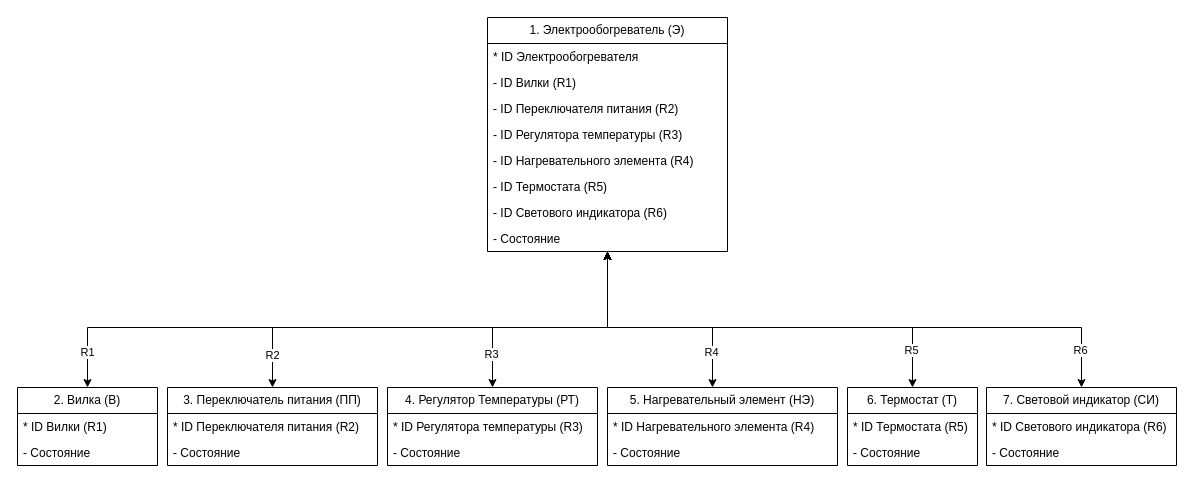
Before: page "Информационная модель" (1 of 5) of lab_05/heater.drawio in n0kkster/iu7-oop-4sem-labs, a draw.io diagram. Source tidied: cells renumbered, new cells numbered last; positions are measured from the earlier drawing's top-left corner, leaving out a move shared by most shapes. Both pictures are drawn from the tidied source at 100%, with x=0, y=0 at pixel (17, 17).
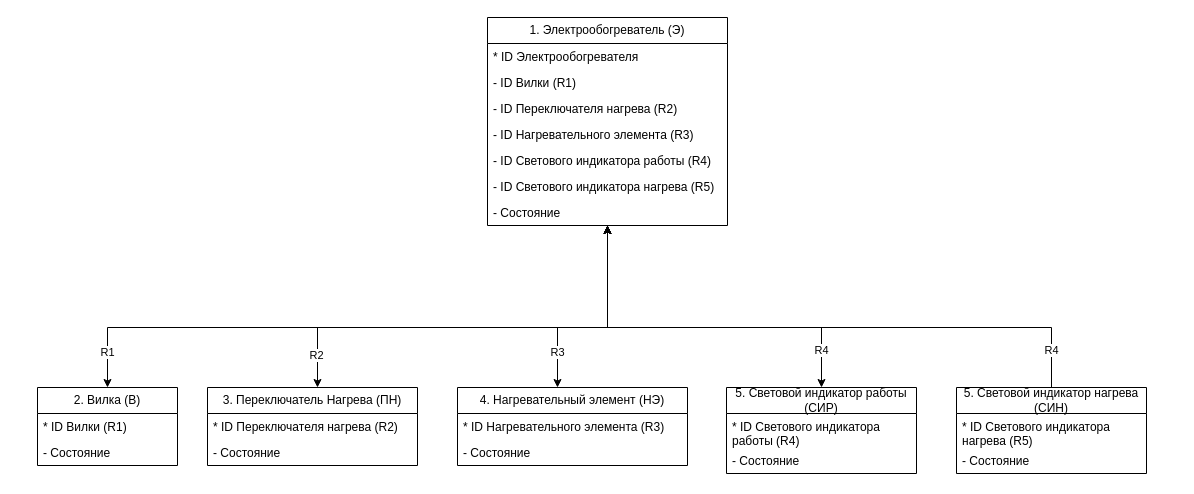
The same page after the edit.

The edit, as a diff of the source:
```diff
@@
     <mxCell id="2" value="1. Электрообогреватель (Э)" style="swimlane;fontStyle=0;horizontal=1;startSize=26;fillColor=none;whiteSpace=wrap;html=1;" parent="1" vertex="1">
-      <mxGeometry x="470" width="240" height="234" as="geometry" />
+      <mxGeometry x="470" width="240" height="208" as="geometry" />
     </mxCell>
@@
-    <mxCell id="5" value="- ID Переключателя питания (R2)" style="text;strokeColor=none;fillColor=none;align=left;verticalAlign=top;spacingLeft=4;spacingRight=4;overflow=hidden;whiteSpace=wrap;html=1;" parent="2" vertex="1">
+    <mxCell id="5" value="- ID Переключателя нагрева (R2)" style="text;strokeColor=none;fillColor=none;align=left;verticalAlign=top;spacingLeft=4;spacingRight=4;overflow=hidden;whiteSpace=wrap;html=1;" parent="2" vertex="1">
       <mxGeometry y="78" width="240" height="26" as="geometry" />
     </mxCell>
-    <mxCell id="6" value="- ID Регулятора температуры (R3)" style="text;strokeColor=none;fillColor=none;align=left;verticalAlign=top;spacingLeft=4;spacingRight=4;overflow=hidden;whiteSpace=wrap;html=1;" parent="2" vertex="1">
-      <mxGeometry y="104" width="240" height="26" as="geometry" />
-    </mxCell>
-    <mxCell id="7" value="- ID Нагревательного элемента (R4)" style="text;strokeColor=none;fillColor=none;align=left;verticalAlign=top;spacingLeft=4;spacingRight=4;overflow=hidden;whiteSpace=wrap;html=1;" parent="2" vertex="1">
-      <mxGeometry y="130" width="240" height="26" as="geometry" />
+    <mxCell id="7" value="- ID Нагревательного элемента (R3)" style="text;strokeColor=none;fillColor=none;align=left;verticalAlign=top;spacingLeft=4;spacingRight=4;overflow=hidden;whiteSpace=wrap;html=1;" parent="2" vertex="1">
+      <mxGeometry y="104" width="240" height="26" as="geometry" />
     </mxCell>
-    <mxCell id="8" value="- ID Термостата (R5&lt;span style=&quot;background-color: transparent; color: light-dark(rgb(0, 0, 0), rgb(255, 255, 255));&quot;&gt;)&lt;/span&gt;" style="text;strokeColor=none;fillColor=none;align=left;verticalAlign=top;spacingLeft=4;spacingRight=4;overflow=hidden;whiteSpace=wrap;html=1;" parent="2" vertex="1">
-      <mxGeometry y="156" width="240" height="26" as="geometry" />
-    </mxCell>
-    <mxCell id="9" value="- ID Светового индикатора (R6)" style="text;strokeColor=none;fillColor=none;align=left;verticalAlign=top;spacingLeft=4;spacingRight=4;overflow=hidden;whiteSpace=wrap;html=1;" parent="2" vertex="1">
-      <mxGeometry y="182" width="240" height="26" as="geometry" />
+    <mxCell id="9" value="- ID Светового индикатора работы (R4)" style="text;strokeColor=none;fillColor=none;align=left;verticalAlign=top;spacingLeft=4;spacingRight=4;overflow=hidden;whiteSpace=wrap;html=1;" parent="2" vertex="1">
+      <mxGeometry y="130" width="240" height="26" as="geometry" />
     </mxCell>
+    <mxCell id="41" value="- ID Светового индикатора нагрева (R5)" style="text;strokeColor=none;fillColor=none;align=left;verticalAlign=top;spacingLeft=4;spacingRight=4;overflow=hidden;whiteSpace=wrap;html=1;" parent="2" vertex="1">
+      <mxGeometry y="156" width="240" height="26" as="geometry" />
+    </mxCell>
     <mxCell id="10" value="- Состояние" style="text;strokeColor=none;fillColor=none;align=left;verticalAlign=top;spacingLeft=4;spacingRight=4;overflow=hidden;whiteSpace=wrap;html=1;" parent="2" vertex="1">
-      <mxGeometry y="208" width="240" height="26" as="geometry" />
+      <mxGeometry y="182" width="240" height="26" as="geometry" />
     </mxCell>
     <mxCell id="11" style="edgeStyle=orthogonalEdgeStyle;rounded=0;jettySize=auto;html=1;startArrow=classic;startFill=1;" parent="1" edge="1" source="12" target="2">
       <mxGeometry relative="1" as="geometry">
         <Array as="points">
-          <mxPoint x="70" y="310" />
+          <mxPoint x="90" y="310" />
           <mxPoint x="590" y="310" />
         </Array>
       </mxGeometry>
     </mxCell>
     <mxCell id="12" value="2. Вилка (В)" style="swimlane;fontStyle=0;horizontal=1;startSize=26;fillColor=none;whiteSpace=wrap;html=1;" parent="1" vertex="1">
-      <mxGeometry y="370" width="140" height="78" as="geometry" />
+      <mxGeometry x="20" y="370" width="140" height="78" as="geometry" />
     </mxCell>
@@
     <mxCell id="15" value="R1" style="text;html=1;align=center;verticalAlign=middle;strokeColor=none;fillColor=none;fontFamily=Helvetica;fontSize=11;fontColor=default;labelBackgroundColor=default;" parent="1" vertex="1">
-      <mxGeometry x="50" y="320" width="40" height="30" as="geometry" />
+      <mxGeometry x="70" y="320" width="40" height="30" as="geometry" />
     </mxCell>
     <mxCell id="16" style="edgeStyle=orthogonalEdgeStyle;shape=connector;rounded=0;jettySize=auto;html=1;strokeColor=default;align=center;verticalAlign=middle;fontFamily=Helvetica;fontSize=11;fontColor=default;labelBackgroundColor=default;startArrow=classic;startFill=1;endArrow=classic;" parent="1" edge="1" source="17" target="2">
       <mxGeometry relative="1" as="geometry">
         <Array as="points">
-          <mxPoint x="255" y="310" />
+          <mxPoint x="300" y="310" />
           <mxPoint x="590" y="310" />
         </Array>
       </mxGeometry>
     </mxCell>
-    <mxCell id="17" value="3. Переключатель питания (ПП)" style="swimlane;fontStyle=0;horizontal=1;startSize=26;fillColor=none;whiteSpace=wrap;html=1;" parent="1" vertex="1">
-      <mxGeometry x="150" y="370" width="210" height="78" as="geometry" />
+    <mxCell id="17" value="3. Переключатель Нагрева (ПН)" style="swimlane;fontStyle=0;horizontal=1;startSize=26;fillColor=none;whiteSpace=wrap;html=1;" parent="1" vertex="1">
+      <mxGeometry x="190" y="370" width="210" height="78" as="geometry" />
     </mxCell>
-    <mxCell id="18" value="* ID Переключателя питания (R2&lt;span style=&quot;background-color: transparent; color: light-dark(rgb(0, 0, 0), rgb(255, 255, 255));&quot;&gt;)&lt;/span&gt;" style="text;strokeColor=none;fillColor=none;align=left;verticalAlign=top;spacingLeft=4;spacingRight=4;overflow=hidden;whiteSpace=wrap;html=1;" parent="17" vertex="1">
+    <mxCell id="18" value="* ID Переключателя нагрева (R2&lt;span style=&quot;background-color: transparent; color: light-dark(rgb(0, 0, 0), rgb(255, 255, 255));&quot;&gt;)&lt;/span&gt;" style="text;strokeColor=none;fillColor=none;align=left;verticalAlign=top;spacingLeft=4;spacingRight=4;overflow=hidden;whiteSpace=wrap;html=1;" parent="17" vertex="1">
       <mxGeometry y="26" width="210" height="26" as="geometry" />
     </mxCell>
@@
     <mxCell id="20" value="R2" style="text;html=1;align=center;verticalAlign=middle;strokeColor=none;fillColor=none;fontFamily=Helvetica;fontSize=11;fontColor=default;labelBackgroundColor=default;" parent="1" vertex="1">
-      <mxGeometry x="235" y="323" width="40" height="30" as="geometry" />
+      <mxGeometry x="279" y="323" width="40" height="30" as="geometry" />
     </mxCell>
-    <mxCell id="21" style="edgeStyle=orthogonalEdgeStyle;shape=connector;rounded=0;jettySize=auto;html=1;strokeColor=default;align=center;verticalAlign=middle;fontFamily=Helvetica;fontSize=11;fontColor=default;labelBackgroundColor=default;startArrow=classic;startFill=1;endArrow=classic;" parent="1" edge="1" source="22" target="2">
-      <mxGeometry relative="1" as="geometry">
-        <Array as="points">
-          <mxPoint x="475" y="310" />
-          <mxPoint x="590" y="310" />
-        </Array>
-      </mxGeometry>
-    </mxCell>
-    <mxCell id="22" value="4. Регулятор Температуры (РТ)" style="swimlane;fontStyle=0;horizontal=1;startSize=26;fillColor=none;whiteSpace=wrap;html=1;" parent="1" vertex="1">
-      <mxGeometry x="370" y="370" width="210" height="78" as="geometry" />
-    </mxCell>
-    <mxCell id="23" value="* ID Регулятора температуры (R3&lt;span style=&quot;background-color: transparent; color: light-dark(rgb(0, 0, 0), rgb(255, 255, 255));&quot;&gt;)&lt;/span&gt;" style="text;strokeColor=none;fillColor=none;align=left;verticalAlign=top;spacingLeft=4;spacingRight=4;overflow=hidden;whiteSpace=wrap;html=1;" parent="22" vertex="1">
-      <mxGeometry y="26" width="210" height="26" as="geometry" />
-    </mxCell>
-    <mxCell id="24" value="- Состояние" style="text;strokeColor=none;fillColor=none;align=left;verticalAlign=top;spacingLeft=4;spacingRight=4;overflow=hidden;whiteSpace=wrap;html=1;" parent="22" vertex="1">
-      <mxGeometry y="52" width="210" height="26" as="geometry" />
-    </mxCell>
-    <mxCell id="25" value="R3" style="text;html=1;align=center;verticalAlign=middle;strokeColor=none;fillColor=none;fontFamily=Helvetica;fontSize=11;fontColor=default;labelBackgroundColor=default;" parent="1" vertex="1">
-      <mxGeometry x="454" y="322" width="40" height="30" as="geometry" />
-    </mxCell>
-    <mxCell id="26" style="edgeStyle=orthogonalEdgeStyle;shape=connector;rounded=0;orthogonalLoop=1;jettySize=auto;html=1;strokeColor=default;align=center;verticalAlign=middle;fontFamily=Helvetica;fontSize=11;fontColor=default;labelBackgroundColor=default;startArrow=classic;startFill=1;endArrow=classic;" parent="1" edge="1">
-      <mxGeometry relative="1" as="geometry">
-        <mxPoint x="695" y="370" as="sourcePoint" />
-        <mxPoint x="590" y="234" as="targetPoint" />
-        <Array as="points">
-          <mxPoint x="695" y="310" />
-          <mxPoint x="590" y="310" />
-        </Array>
-      </mxGeometry>
-    </mxCell>
+    <mxCell id="42" style="edgeStyle=orthogonalEdgeStyle;rounded=0;jettySize=auto;html=1;startArrow=classic;startFill=1;" parent="1" edge="1" source="27" target="2">
+      <mxGeometry relative="1" as="geometry">
+        <Array as="points">
+          <mxPoint x="540" y="310" />
+          <mxPoint x="590" y="310" />
+        </Array>
+      </mxGeometry>
+    </mxCell>
-    <mxCell id="27" value="5. Нагревательный элемент (НЭ)" style="swimlane;fontStyle=0;horizontal=1;startSize=26;fillColor=none;whiteSpace=wrap;html=1;" parent="1" vertex="1">
-      <mxGeometry x="590" y="370" width="230" height="78" as="geometry" />
+    <mxCell id="27" value="4. Нагревательный элемент (НЭ)" style="swimlane;fontStyle=0;horizontal=1;startSize=26;fillColor=none;whiteSpace=wrap;html=1;" parent="1" vertex="1">
+      <mxGeometry x="440" y="370" width="230" height="78" as="geometry" />
     </mxCell>
-    <mxCell id="28" value="* ID Нагревательного элемента (R4&lt;span style=&quot;background-color: transparent; color: light-dark(rgb(0, 0, 0), rgb(255, 255, 255));&quot;&gt;)&lt;/span&gt;" style="text;strokeColor=none;fillColor=none;align=left;verticalAlign=top;spacingLeft=4;spacingRight=4;overflow=hidden;whiteSpace=wrap;html=1;" parent="27" vertex="1">
+    <mxCell id="28" value="* ID Нагревательного элемента (R3&lt;span style=&quot;background-color: transparent; color: light-dark(rgb(0, 0, 0), rgb(255, 255, 255));&quot;&gt;)&lt;/span&gt;" style="text;strokeColor=none;fillColor=none;align=left;verticalAlign=top;spacingLeft=4;spacingRight=4;overflow=hidden;whiteSpace=wrap;html=1;" parent="27" vertex="1">
       <mxGeometry y="26" width="230" height="26" as="geometry" />
     </mxCell>
@@
-    <mxCell id="30" value="R4" style="text;html=1;align=center;verticalAlign=middle;strokeColor=none;fillColor=none;fontFamily=Helvetica;fontSize=11;fontColor=default;labelBackgroundColor=default;" parent="1" vertex="1">
-      <mxGeometry x="674" y="320" width="40" height="30" as="geometry" />
+    <mxCell id="30" value="R3" style="text;html=1;align=center;verticalAlign=middle;strokeColor=none;fillColor=none;fontFamily=Helvetica;fontSize=11;fontColor=default;labelBackgroundColor=default;" parent="1" vertex="1">
+      <mxGeometry x="520" y="320" width="40" height="30" as="geometry" />
     </mxCell>
-    <mxCell id="31" style="edgeStyle=orthogonalEdgeStyle;shape=connector;rounded=0;jettySize=auto;html=1;strokeColor=default;align=center;verticalAlign=middle;fontFamily=Helvetica;fontSize=11;fontColor=default;labelBackgroundColor=default;startArrow=classic;startFill=1;endArrow=classic;" parent="1" edge="1" source="32" target="2">
-      <mxGeometry relative="1" as="geometry">
-        <Array as="points">
-          <mxPoint x="895" y="310" />
-          <mxPoint x="590" y="310" />
-        </Array>
-      </mxGeometry>
-    </mxCell>
-    <mxCell id="32" value="6. Термостат (Т)" style="swimlane;fontStyle=0;horizontal=1;startSize=26;fillColor=none;whiteSpace=wrap;html=1;" parent="1" vertex="1">
-      <mxGeometry x="830" y="370" width="130" height="78" as="geometry" />
-    </mxCell>
-    <mxCell id="33" value="* ID Термостата (R5)" style="text;strokeColor=none;fillColor=none;align=left;verticalAlign=top;spacingLeft=4;spacingRight=4;overflow=hidden;whiteSpace=wrap;html=1;" parent="32" vertex="1">
-      <mxGeometry y="26" width="130" height="26" as="geometry" />
-    </mxCell>
-    <mxCell id="34" value="- Состояние" style="text;strokeColor=none;fillColor=none;align=left;verticalAlign=top;spacingLeft=4;spacingRight=4;overflow=hidden;whiteSpace=wrap;html=1;" parent="32" vertex="1">
-      <mxGeometry y="52" width="130" height="26" as="geometry" />
-    </mxCell>
     <mxCell id="35" style="edgeStyle=orthogonalEdgeStyle;shape=connector;rounded=0;jettySize=auto;html=1;strokeColor=default;align=center;verticalAlign=middle;fontFamily=Helvetica;fontSize=11;fontColor=default;labelBackgroundColor=default;startArrow=classic;startFill=1;endArrow=classic;" parent="1" edge="1" source="36" target="2">
       <mxGeometry relative="1" as="geometry">
         <Array as="points">
-          <mxPoint x="1064" y="310" />
+          <mxPoint x="804" y="310" />
           <mxPoint x="590" y="310" />
         </Array>
       </mxGeometry>
     </mxCell>
-    <mxCell id="36" value="7. Световой индикатор (СИ)" style="swimlane;fontStyle=0;horizontal=1;startSize=26;fillColor=none;whiteSpace=wrap;html=1;" parent="1" vertex="1">
-      <mxGeometry x="969" y="370" width="190" height="78" as="geometry" />
+    <mxCell id="36" value="5. Световой индикатор работы (СИР)" style="swimlane;fontStyle=0;horizontal=1;startSize=26;fillColor=none;whiteSpace=wrap;html=1;" parent="1" vertex="1">
+      <mxGeometry x="709" y="370" width="190" height="86" as="geometry" />
     </mxCell>
-    <mxCell id="37" value="* ID Светового индикатора (R6)" style="text;strokeColor=none;fillColor=none;align=left;verticalAlign=top;spacingLeft=4;spacingRight=4;overflow=hidden;whiteSpace=wrap;html=1;" parent="36" vertex="1">
-      <mxGeometry y="26" width="190" height="26" as="geometry" />
+    <mxCell id="37" value="* ID Светового индикатора работы (R4)" style="text;strokeColor=none;fillColor=none;align=left;verticalAlign=top;spacingLeft=4;spacingRight=4;overflow=hidden;whiteSpace=wrap;html=1;" parent="36" vertex="1">
+      <mxGeometry y="26" width="190" height="34" as="geometry" />
     </mxCell>
     <mxCell id="38" value="- Состояние" style="text;strokeColor=none;fillColor=none;align=left;verticalAlign=top;spacingLeft=4;spacingRight=4;overflow=hidden;whiteSpace=wrap;html=1;" parent="36" vertex="1">
-      <mxGeometry y="52" width="190" height="26" as="geometry" />
+      <mxGeometry y="60" width="190" height="26" as="geometry" />
     </mxCell>
-    <mxCell id="39" value="R5" style="text;html=1;align=center;verticalAlign=middle;strokeColor=none;fillColor=none;fontFamily=Helvetica;fontSize=11;fontColor=default;labelBackgroundColor=default;" parent="1" vertex="1">
-      <mxGeometry x="874" y="318" width="40" height="30" as="geometry" />
-    </mxCell>
-    <mxCell id="40" value="R6" style="text;html=1;align=center;verticalAlign=middle;strokeColor=none;fillColor=none;fontFamily=Helvetica;fontSize=11;fontColor=default;labelBackgroundColor=default;" parent="1" vertex="1">
-      <mxGeometry x="1043" y="318" width="40" height="30" as="geometry" />
+    <mxCell id="40" value="R4" style="text;html=1;align=center;verticalAlign=middle;strokeColor=none;fillColor=none;fontFamily=Helvetica;fontSize=11;fontColor=default;labelBackgroundColor=default;" parent="1" vertex="1">
+      <mxGeometry x="784" y="318" width="40" height="30" as="geometry" />
     </mxCell>
+    <mxCell id="43" style="edgeStyle=orthogonalEdgeStyle;rounded=0;jettySize=auto;html=1;" parent="1" edge="1" source="44" target="2">
+      <mxGeometry relative="1" as="geometry">
+        <Array as="points">
+          <mxPoint x="1034" y="310" />
+          <mxPoint x="590" y="310" />
+        </Array>
+      </mxGeometry>
+    </mxCell>
+    <mxCell id="44" value="5. Световой индикатор нагрева (СИН)" style="swimlane;fontStyle=0;horizontal=1;startSize=26;fillColor=none;whiteSpace=wrap;html=1;" parent="1" vertex="1">
+      <mxGeometry x="939" y="370" width="190" height="86" as="geometry" />
+    </mxCell>
+    <mxCell id="45" value="* ID Светового индикатора нагрева (R5)" style="text;strokeColor=none;fillColor=none;align=left;verticalAlign=top;spacingLeft=4;spacingRight=4;overflow=hidden;whiteSpace=wrap;html=1;" parent="44" vertex="1">
+      <mxGeometry y="26" width="190" height="34" as="geometry" />
+    </mxCell>
+    <mxCell id="46" value="- Состояние" style="text;strokeColor=none;fillColor=none;align=left;verticalAlign=top;spacingLeft=4;spacingRight=4;overflow=hidden;whiteSpace=wrap;html=1;" parent="44" vertex="1">
+      <mxGeometry y="60" width="190" height="26" as="geometry" />
+    </mxCell>
+    <mxCell id="47" value="R4" style="text;html=1;align=center;verticalAlign=middle;strokeColor=none;fillColor=none;fontFamily=Helvetica;fontSize=11;fontColor=default;labelBackgroundColor=default;" parent="1" vertex="1">
+      <mxGeometry x="1014" y="318" width="40" height="30" as="geometry" />
+    </mxCell>
```
